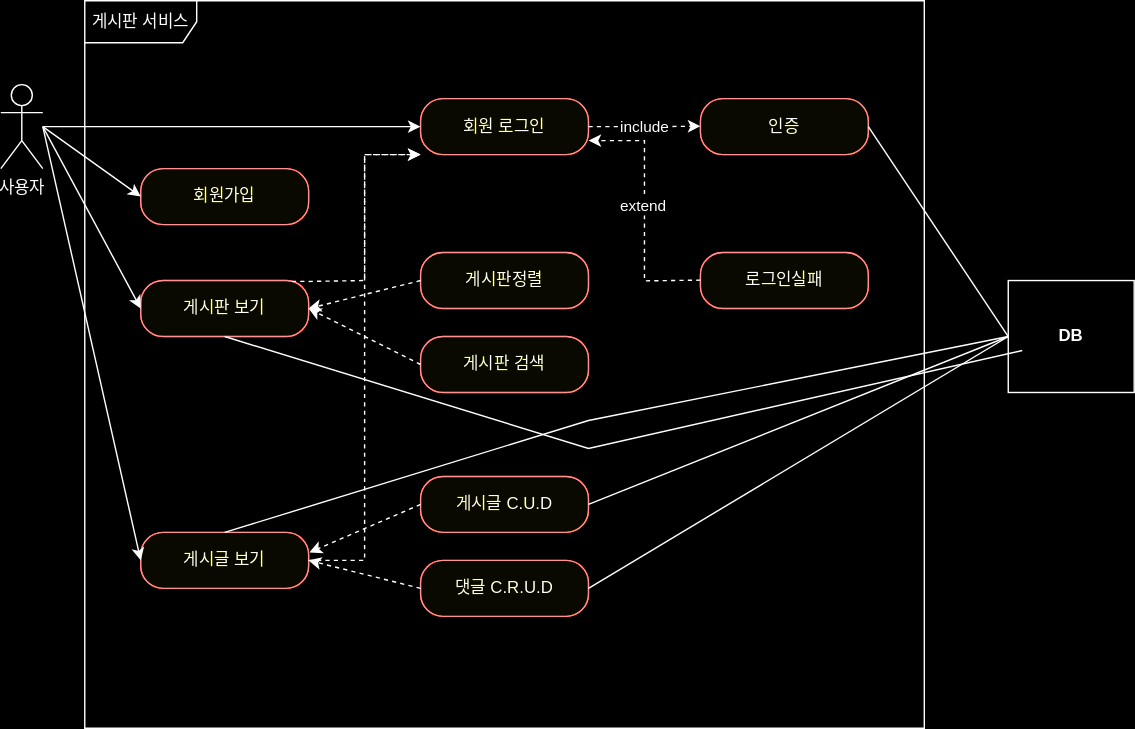
The draw.io diagram use-case.svg in daffy3/PC-Board, before a commit. Source tidied: cells renumbered, new cells last; positions are measured from the earlier drawing's top-left corner, leaving out a move shared by most shapes.
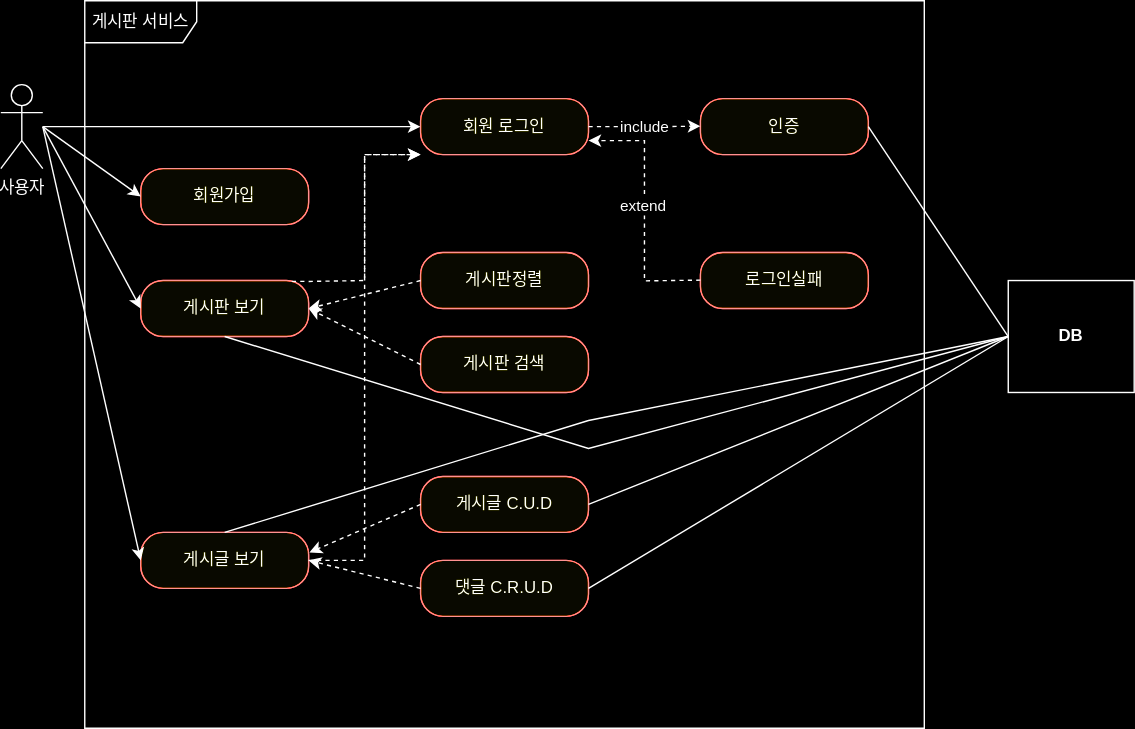
After the change.

Commit message:
#4 - 게시판 서비스 usecase 다이어그램 수정

What changed in the source:
```diff
@@ -130,9 +130,8 @@
         </Array>
       </mxGeometry>
     </mxCell>
-    <mxCell id="33" style="endArrow=none;html=1;rounded=0;entryX=0.5;entryY=1;entryDx=0;entryDy=0;exitX=0;exitY=0.5;exitDx=0;exitDy=0;" parent="1" edge="1" target="6">
+    <mxCell id="33" style="endArrow=none;html=1;rounded=0;entryX=0.5;entryY=1;entryDx=0;entryDy=0;exitX=0;exitY=0.5;exitDx=0;exitDy=0;" parent="1" edge="1" source="28" target="6">
       <mxGeometry relative="1" as="geometry">
-        <mxPoint x="730" y="250" as="sourcePoint" />
         <Array as="points">
           <mxPoint x="420" y="320" />
         </Array>
```
